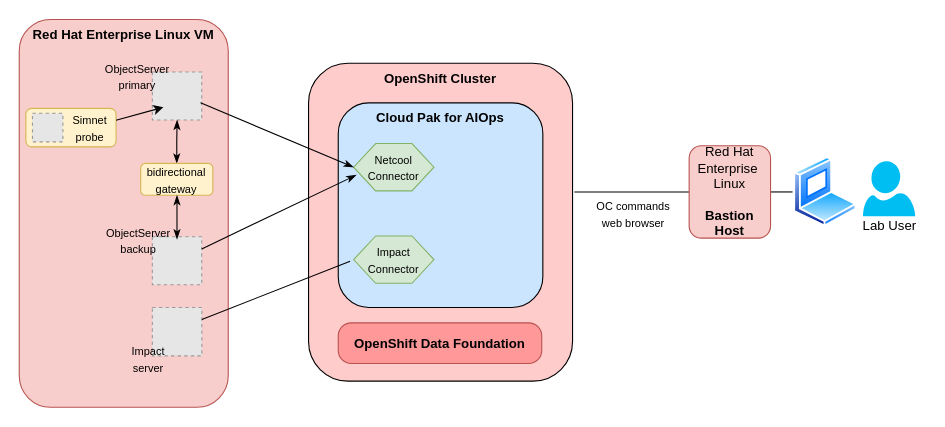
Before: drawioLabsDiagram.drawio in jorgego11/techxchange2024, a draw.io diagram. Source tidied: cells renumbered, new cells numbered last; positions are measured from the earlier drawing's top-left corner, leaving out a move shared by most shapes. Both pictures are drawn from the tidied source at 110%, with x=0, y=0 at pixel (19, 19). Pictures stored in the file or linked from it are replaced by grey dashed boxes.
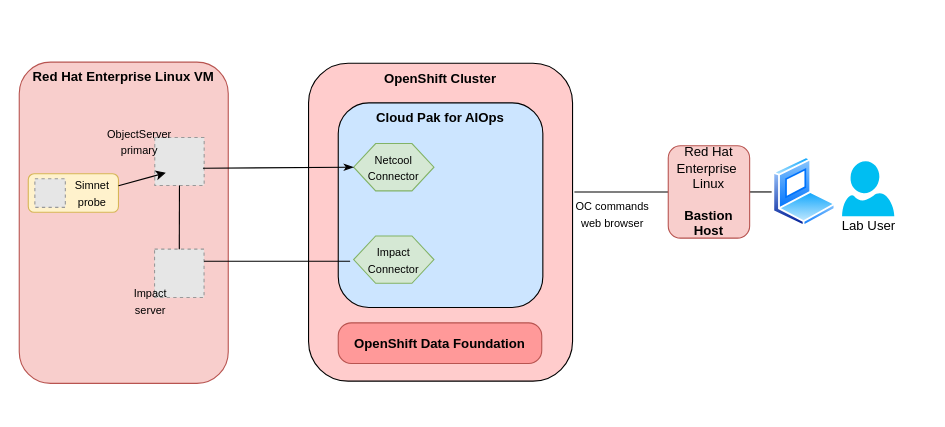
The same page after the edit.

The change refers to these unchanged cells:
```xml
<mxCell id="27" value="&lt;font style=&quot;font-size: 10px;&quot;&gt;Netcool&lt;/font&gt;&lt;div&gt;&lt;font style=&quot;font-size: 10px;&quot;&gt;Connector&lt;/font&gt;&lt;/div&gt;" style="shape=hexagon;perimeter=hexagonPerimeter2;whiteSpace=wrap;html=1;fixedSize=1;fillColor=#d5e8d4;strokeColor=#82b366;" parent="1" vertex="1">
  <mxGeometry x="304" y="113" width="73" height="43" as="geometry" />
</mxCell>
```

Change to the diagram source:
```diff
@@
     <mxCell id="5" style="image;perimeter=ellipsePerimeter;html=1;align=center;shadow=0;dashed=0;spacingTop=3;image=img/lib/active_directory/laptop_client.svg;flipH=1;" parent="1" vertex="1">
-      <mxGeometry x="703" y="125" width="57.6" height="64" as="geometry" />
+      <mxGeometry x="684" y="125" width="57.6" height="64" as="geometry" />
     </mxCell>
     <mxCell id="6" style="verticalLabelPosition=bottom;html=1;verticalAlign=top;align=center;strokeColor=none;fillColor=#00BEF2;shape=mxgraph.azure.user;flipH=1;" parent="1" vertex="1">
-      <mxGeometry x="767" y="129" width="47.5" height="50" as="geometry" />
+      <mxGeometry x="748" y="129" width="47.5" height="50" as="geometry" />
     </mxCell>
     <mxCell id="7" value="Lab User" style="text;html=1;align=center;verticalAlign=middle;strokeColor=none;fillColor=none;" parent="1" vertex="1">
-      <mxGeometry x="757.2" y="175" width="67" height="26" as="geometry" />
+      <mxGeometry x="738.2" y="175" width="67" height="26" as="geometry" />
     </mxCell>
@@
     <mxCell id="10" value="Red Hat&lt;div&gt;Enterprise&amp;nbsp;&lt;/div&gt;&lt;div&gt;Linux&lt;/div&gt;&lt;div&gt;&lt;br&gt;&lt;/div&gt;&lt;div&gt;&lt;b&gt;Bastion Host&lt;/b&gt;&lt;/div&gt;" style="rounded=1;whiteSpace=wrap;html=1;fillColor=#f8cecc;strokeColor=#b85450;" parent="1" vertex="1">
-      <mxGeometry x="609" y="115" width="74" height="84" as="geometry" />
+      <mxGeometry x="590" y="115" width="74" height="84" as="geometry" />
     </mxCell>
     <mxCell id="11" value="&lt;font style=&quot;font-size: 10px;&quot;&gt;OC commands&lt;/font&gt;&lt;div&gt;&lt;font style=&quot;font-size: 10px;&quot;&gt;web browser&lt;/font&gt;&lt;/div&gt;" style="text;html=1;align=center;verticalAlign=middle;strokeColor=none;fillColor=none;" parent="1" vertex="1">
-      <mxGeometry x="515" y="156" width="85" height="41" as="geometry" />
+      <mxGeometry x="496" y="156" width="85" height="41" as="geometry" />
     </mxCell>
     <mxCell id="12" value="&lt;b&gt;Red Hat&amp;nbsp;&lt;span style=&quot;background-color: initial;&quot;&gt;Enterprise&amp;nbsp;&lt;/span&gt;&lt;span style=&quot;background-color: initial;&quot;&gt;Linux VM&lt;/span&gt;&lt;/b&gt;" style="rounded=1;whiteSpace=wrap;html=1;fillColor=#f8cecc;strokeColor=#b85450;verticalAlign=top;" parent="1" vertex="1">
-      <mxGeometry y="0.2" width="190" height="352.5" as="geometry" />
+      <mxGeometry y="39" width="190" height="292" as="geometry" />
     </mxCell>
     <mxCell id="13" style="fillColor=#E6E6E6;strokeColor=#999999;dashed=1;verticalAlign=bottom;" parent="1" vertex="1">
-      <mxGeometry x="121" y="48" width="44.9" height="43.6" as="geometry" />
+      <mxGeometry x="123.2" y="107.5" width="44.9" height="43.6" as="geometry" />
     </mxCell>
     <mxCell id="14" value="&lt;font style=&quot;font-size: 10px;&quot;&gt;ObjectServer&lt;br style=&quot;padding: 0px; margin: 0px;&quot;&gt;primary&lt;/font&gt;" style="text;html=1;align=center;verticalAlign=middle;strokeColor=none;fillColor=none;" parent="1" vertex="1">
-      <mxGeometry x="69" y="31" width="76" height="41" as="geometry" />
+      <mxGeometry x="71.2" y="90.5" width="76" height="41" as="geometry" />
     </mxCell>
     <mxCell id="15" style="fillColor=#E6E6E6;strokeColor=#999999;dashed=1;verticalLabelPosition=bottom;labelBackgroundColor=default;verticalAlign=top;" parent="1" vertex="1">
-      <mxGeometry x="121" y="262" width="45" height="44" as="geometry" />
+      <mxGeometry x="123" y="209" width="45" height="44" as="geometry" />
     </mxCell>
-    <mxCell id="16" style="fillColor=#E6E6E6;strokeColor=#999999;dashed=1;verticalAlign=bottom;" parent="1" vertex="1">
-      <mxGeometry x="121" y="197.7" width="44.9" height="43.6" as="geometry" />
-    </mxCell>
-    <mxCell id="17" value="&lt;font style=&quot;font-size: 10px;&quot;&gt;ObjectServer&lt;br style=&quot;padding: 0px; margin: 0px;&quot;&gt;backup&lt;/font&gt;" style="text;html=1;align=center;verticalAlign=middle;points=[];strokeColor=none;fillColor=none;" parent="1" vertex="1">
-      <mxGeometry x="70" y="180" width="76" height="41" as="geometry" />
-    </mxCell>
     <mxCell id="18" value="&lt;font style=&quot;font-size: 10px;&quot;&gt;Impact&lt;/font&gt;&lt;div&gt;&lt;font style=&quot;font-size: 10px;&quot;&gt;server&lt;/font&gt;&lt;/div&gt;" style="text;html=1;align=center;verticalAlign=middle;strokeColor=none;fillColor=none;" parent="1" vertex="1">
-      <mxGeometry x="93" y="288" width="48" height="41" as="geometry" />
+      <mxGeometry x="95" y="235" width="48" height="41" as="geometry" />
     </mxCell>
     <mxCell id="19" style="group;" parent="1" vertex="1">
-      <mxGeometry x="6" y="78" width="82" height="41" as="geometry" />
+      <mxGeometry x="8.2" y="137.5" width="82" height="41" as="geometry" />
     </mxCell>
@@
-    <mxCell id="24" style="edgeStyle=orthogonalEdgeStyle;rounded=0;jettySize=auto;html=1;startArrow=classicThin;startFill=1;endArrow=classicThin;endFill=1;" parent="1" edge="1" source="25" target="13">
-      <mxGeometry relative="1" as="geometry" />
-    </mxCell>
-    <mxCell id="25" value="&lt;font style=&quot;font-size: 10px;&quot;&gt;bidirectional&lt;/font&gt;&lt;div style=&quot;&quot;&gt;&lt;font style=&quot;font-size: 10px;&quot;&gt;gateway&lt;/font&gt;&lt;/div&gt;" style="rounded=1;whiteSpace=wrap;html=1;fillColor=#fff2cc;strokeColor=#d6b656;" parent="1" vertex="1">
-      <mxGeometry x="110.4" y="131" width="65.6" height="29" as="geometry" />
-    </mxCell>
-    <mxCell id="26" style="edgeStyle=orthogonalEdgeStyle;rounded=0;jettySize=auto;html=1;startArrow=classicThin;startFill=1;endArrow=classicThin;endFill=1;entryX=0.5;entryY=1;entryDx=0;entryDy=0;exitX=0.966;exitY=0.488;exitDx=0;exitDy=0;exitPerimeter=0;" parent="1" edge="1" source="17" target="25">
-      <mxGeometry relative="1" as="geometry" />
-    </mxCell>
@@
-    <mxCell id="30" style="endArrow=classicThin;html=1;rounded=0;entryX=0.032;entryY=0.667;entryDx=0;entryDy=0;endFill=1;entryPerimeter=0;" parent="1" edge="1" source="16" target="27">
-      <mxGeometry relative="1" as="geometry" />
-    </mxCell>
@@
+    <mxCell id="32" style="endArrow=none;html=1;rounded=0;endFill=0;exitX=0.5;exitY=1;exitDx=0;exitDy=0;entryX=0.5;entryY=0;entryDx=0;entryDy=0;" parent="1" edge="1" source="13" target="15">
+      <mxGeometry relative="1" as="geometry" />
+    </mxCell>
```
